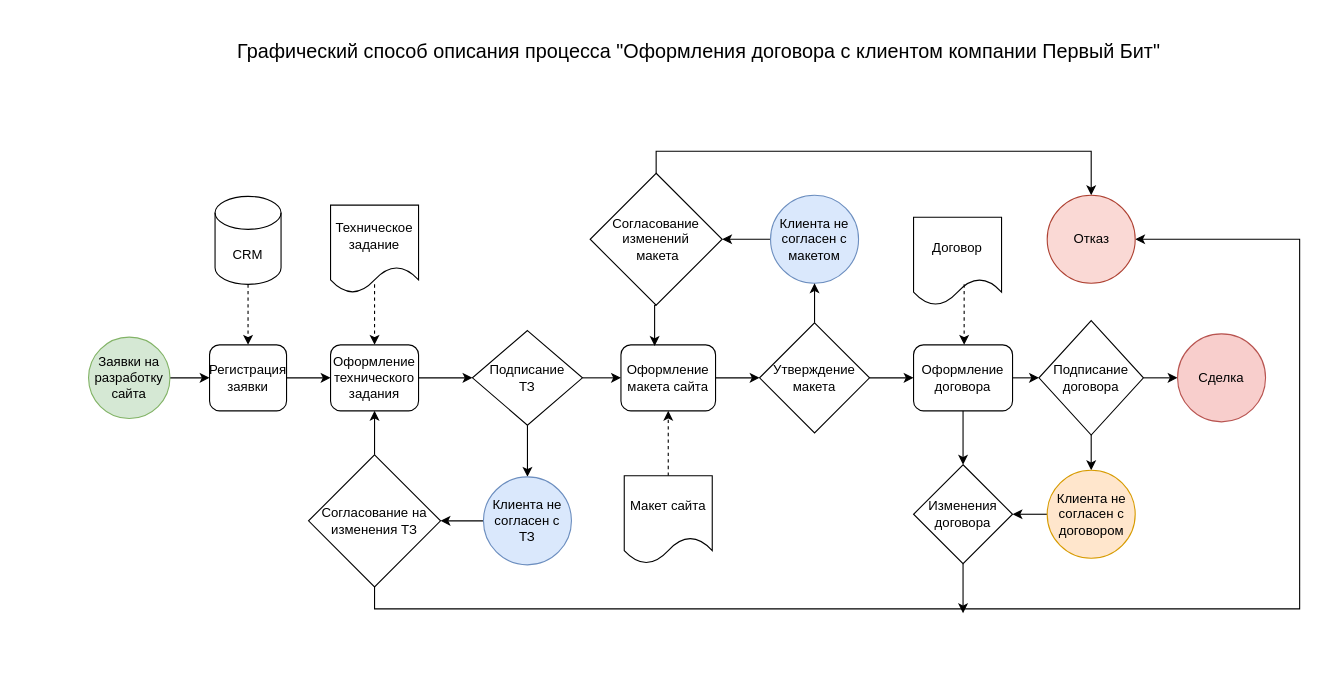
Earlier version of the draw.io diagram 04.Tasks/Task04.drawio (allseenn/bp). Source tidied: cells renumbered, new cells numbered last; positions are measured from the earlier drawing's top-left corner, leaving out a move shared by most shapes. Both pictures are drawn from the tidied source at 110%, with x=0, y=0 at pixel (88, 19).
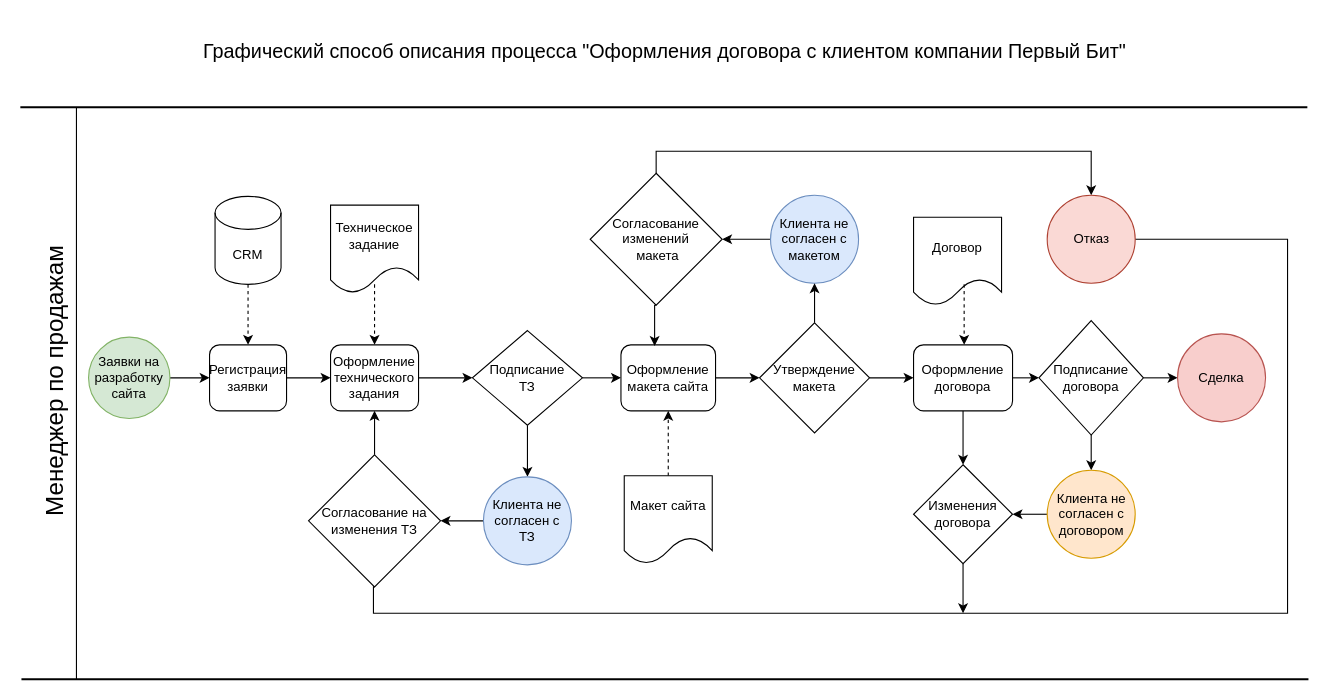
Above is the later version.

Unchanged cells that the change refers to:
```xml
<mxCell id="28" value="Согласование на изменения ТЗ" style="rhombus;whiteSpace=wrap;html=1;" parent="1" vertex="1">
  <mxGeometry x="200" y="396" width="120" height="120" as="geometry" />
</mxCell>
<mxCell id="44" value="Отказ" style="ellipse;whiteSpace=wrap;html=1;fillColor=#fad9d5;strokeColor=#ae4132;" parent="1" vertex="1">
  <mxGeometry x="871.5" y="160" width="80" height="80" as="geometry" />
</mxCell>
```

Change to the diagram source:
```diff
@@
     <mxCell id="2" value="&lt;font style=&quot;font-size: 18px;&quot;&gt;Графический способ описания процесса &quot;Оформления договора с клиентом компании Первый Бит&quot;&lt;/font&gt;" style="text;html=1;strokeColor=none;fillColor=none;align=center;verticalAlign=middle;whiteSpace=wrap;rounded=0;" parent="1" vertex="1">
-      <mxGeometry x="125" width="860" height="60" as="geometry" />
+      <mxGeometry x="94" width="860" height="60" as="geometry" />
     </mxCell>
@@
-    <mxCell id="27" style="edgeStyle=orthogonalEdgeStyle;rounded=0;jettySize=auto;html=1;exitX=0.5;exitY=1;exitDx=0;exitDy=0;startArrow=none;startFill=0;" parent="1" edge="1" source="28" target="44">
+    <mxCell id="27" style="edgeStyle=orthogonalEdgeStyle;rounded=0;jettySize=auto;html=1;exitX=0.5;exitY=1;exitDx=0;exitDy=0;startArrow=none;startFill=0;" parent="1" edge="1" source="28">
       <mxGeometry relative="1" as="geometry">
+        <mxPoint x="940.5" y="200" as="targetPoint" />
         <Array as="points">
-          <mxPoint x="260" y="536" />
-          <mxPoint x="1101" y="536" />
+          <mxPoint x="259" y="516" />
+          <mxPoint x="259" y="540" />
+          <mxPoint x="1090" y="540" />
+          <mxPoint x="1090" y="200" />
         </Array>
       </mxGeometry>
     </mxCell>
@@
+    <mxCell id="47" value="Менеджер по продажам" style="text;html=1;strokeColor=none;fillColor=none;align=center;verticalAlign=middle;whiteSpace=wrap;rounded=0;fontSize=22;rotation=-90;" parent="1" vertex="1">
+      <mxGeometry x="-169" y="314" width="279" height="30" as="geometry" />
+    </mxCell>
+    <mxCell id="48" style="endArrow=none;html=1;rounded=0;strokeWidth=2;" parent="1" edge="1">
+      <mxGeometry relative="1" as="geometry">
+        <mxPoint x="-61" y="600" as="sourcePoint" />
+        <mxPoint x="1109" y="600" as="targetPoint" />
+      </mxGeometry>
+    </mxCell>
+    <mxCell id="49" style="endArrow=none;html=1;rounded=0;strokeWidth=2;" parent="1" edge="1">
+      <mxGeometry relative="1" as="geometry">
+        <mxPoint x="-62" y="80" as="sourcePoint" />
+        <mxPoint x="1108" y="80" as="targetPoint" />
+      </mxGeometry>
+    </mxCell>
+    <mxCell id="50" style="endArrow=none;html=1;rounded=0;" parent="1" edge="1">
+      <mxGeometry relative="1" as="geometry">
+        <mxPoint x="-11" y="600" as="sourcePoint" />
+        <mxPoint x="-11" y="80" as="targetPoint" />
+      </mxGeometry>
+    </mxCell>
```
